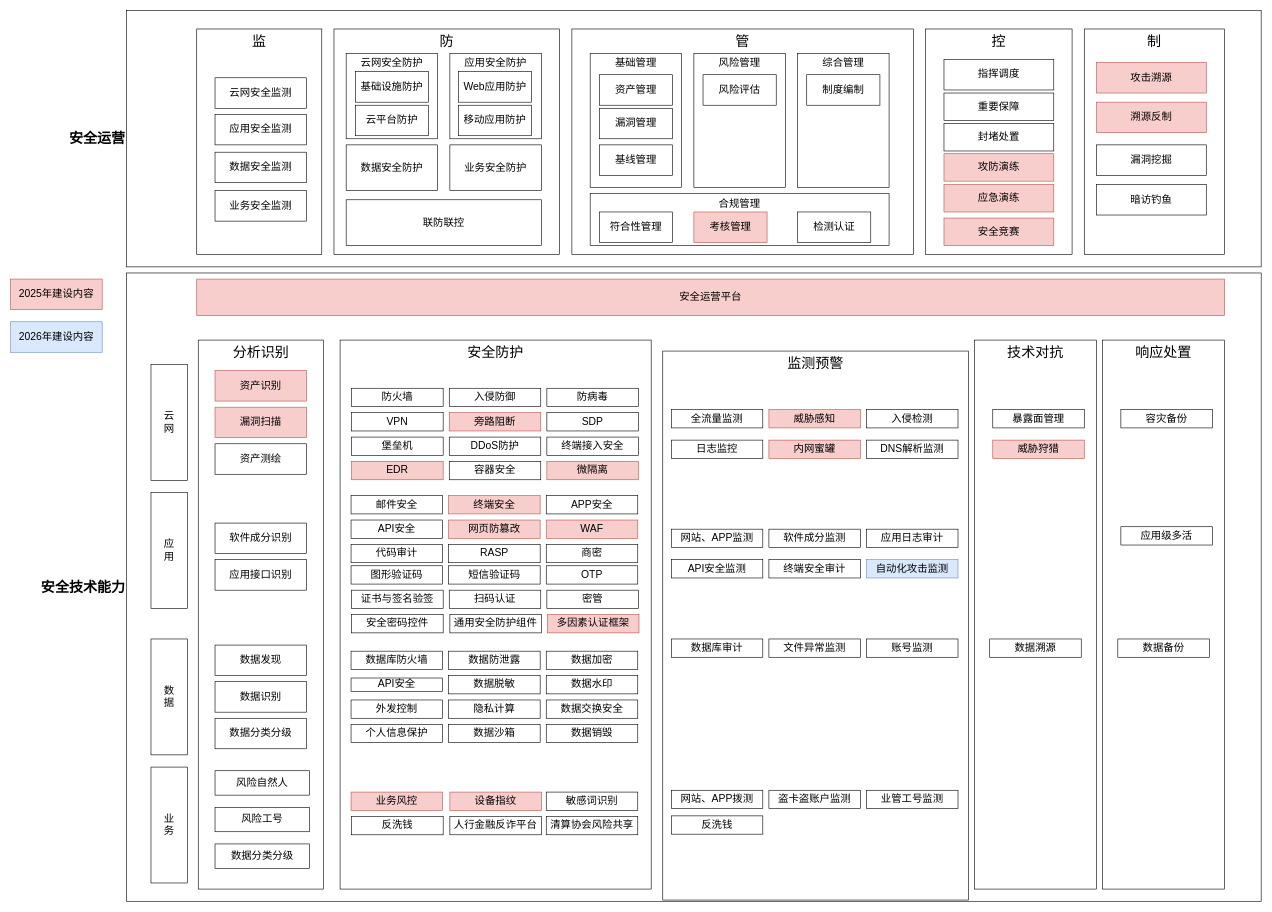
The draw.io diagram page "第 1 页" (1 of 5) of 2024安全技术能力全景图.drawio in razor/1102_decoration, before the edit. Source tidied: cells renumbered, new cells numbered last; positions are measured from the earlier drawing's top-left corner, leaving out a move shared by most shapes. Both pictures are drawn from the tidied source at 61%, with x=0, y=0 at pixel (10, 10).
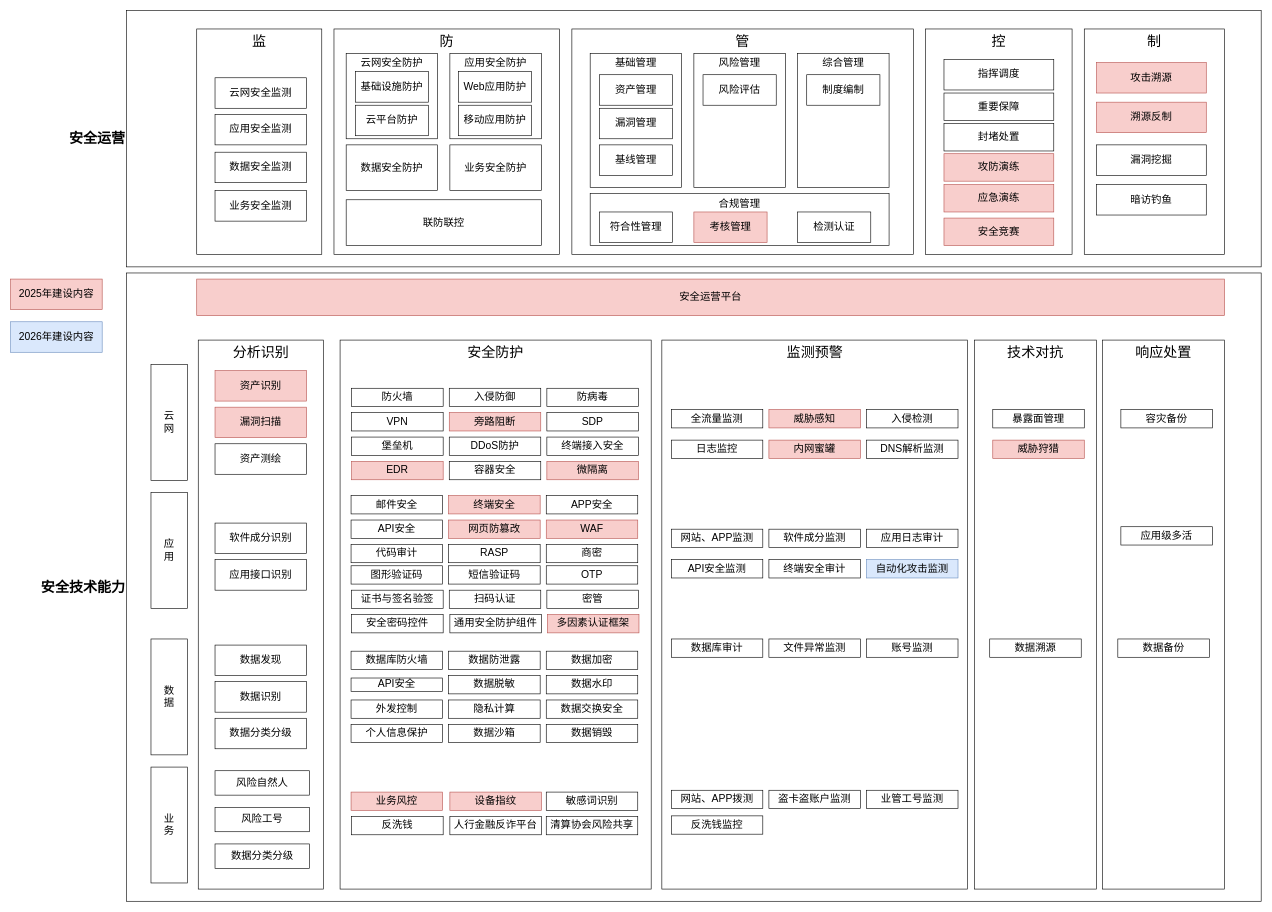
The same diagram, later.

Commit message:
更新2024安全技术能力全景图.drawio

The edit, as a diff of the source:
```diff
@@
     <mxCell id="95" value="&lt;span style=&quot;font-size: 23px;&quot;&gt;监测预警&lt;/span&gt;" style="rounded=0;whiteSpace=wrap;html=1;verticalAlign=top;fontSize=23;fontStyle=0;" parent="1" vertex="1">
-      <mxGeometry x="1069" y="558" width="501" height="900" as="geometry" />
+      <mxGeometry x="1067.5" y="540" width="501" height="900" as="geometry" />
     </mxCell>
@@
-    <mxCell id="139" value="&lt;font style=&quot;font-size: 17px;&quot;&gt;反洗钱&lt;/font&gt;" style="rounded=0;whiteSpace=wrap;html=1;fontStyle=0;" parent="1" vertex="1">
+    <mxCell id="139" value="&lt;font style=&quot;font-size: 17px;&quot;&gt;反洗钱监控&lt;/font&gt;" style="rounded=0;whiteSpace=wrap;html=1;fontStyle=0;" parent="1" vertex="1">
       <mxGeometry x="1083" y="1320" width="150" height="30" as="geometry" />
     </mxCell>
```
